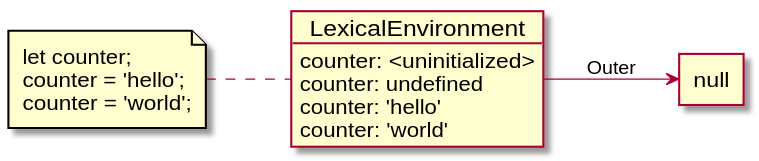
The PlantUML diagram static/svg/LexicalEnvironmentVar.svg in znanjie/rerurn-true-to-win, before a commit. Source of this version:
```plantuml
@startuml LexicalEnvironmentVar
skinparam {
    FileFontSize 14
    ObjectAttributeFontSize 14
    ObjectFontSize 16
}
agent agent [
    null
]
file counter [
    let counter;
    counter = 'hello';
    counter = 'world';
]
object LexicalEnvironment
LexicalEnvironment : counter: <uninitialized>
LexicalEnvironment : counter: undefined
LexicalEnvironment : counter: 'hello'
LexicalEnvironment : counter: 'world'

left to right direction
counter .. LexicalEnvironment
LexicalEnvironment --> agent: Outer
@enduml
```
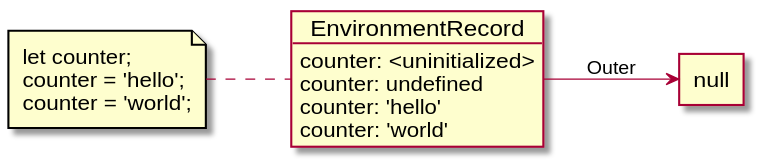
After the commit.

Diff of the diagram source:
```diff
@@ -12,13 +12,13 @@
     counter = 'hello';
     counter = 'world';
 ]
-object LexicalEnvironment
-LexicalEnvironment : counter: <uninitialized>
-LexicalEnvironment : counter: undefined
-LexicalEnvironment : counter: 'hello'
-LexicalEnvironment : counter: 'world'
+object EnvironmentRecord
+EnvironmentRecord : counter: <uninitialized>
+EnvironmentRecord : counter: undefined
+EnvironmentRecord : counter: 'hello'
+EnvironmentRecord : counter: 'world'
 
 left to right direction
-counter .. LexicalEnvironment
-LexicalEnvironment --> agent: Outer
+counter .. EnvironmentRecord
+EnvironmentRecord --> agent: Outer
 @enduml
```
